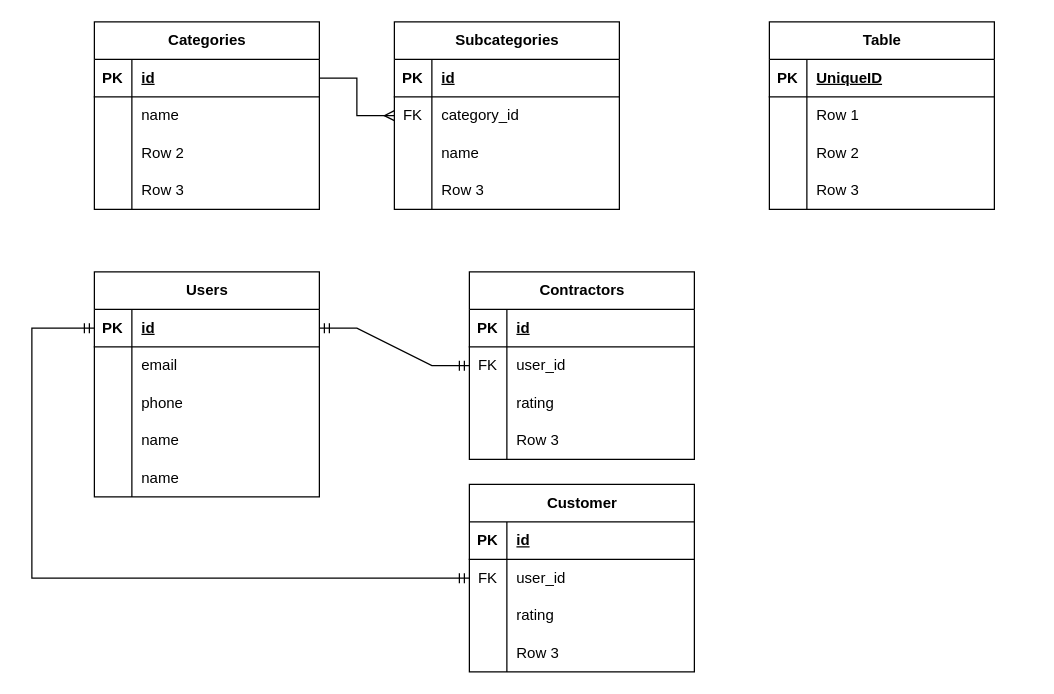
Above: Untitled Diagram.drawio in ki1it/draw_io (draw.io), before the change. Source tidied: cells renumbered, new cells numbered last; positions are measured from the earlier drawing's top-left corner, leaving out a move shared by most shapes. Both pictures are drawn from the tidied source at 125%, with x=0, y=0 at pixel (31, 21).
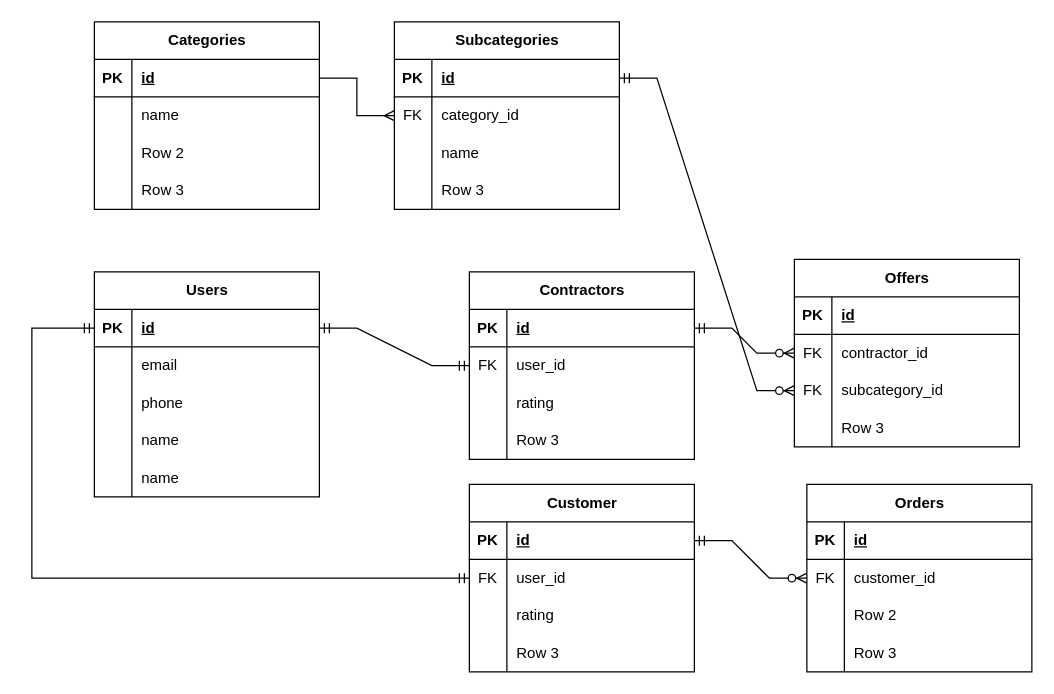
After the change.

Unchanged cells that the change refers to:
```xml
<mxCell id="16" style="shape=tableRow;horizontal=0;startSize=0;swimlaneHead=0;swimlaneBody=0;fillColor=none;points=[[0,0.5],[1,0.5]];portConstraint=eastwest;top=0;left=0;right=0;bottom=1;" parent="15" vertex="1">
  <mxGeometry y="30" width="180" height="30" as="geometry" />
</mxCell>
<mxCell id="46" style="shape=tableRow;horizontal=0;startSize=0;swimlaneHead=0;swimlaneBody=0;fillColor=none;points=[[0,0.5],[1,0.5]];portConstraint=eastwest;top=0;left=0;right=0;bottom=1;" parent="45" vertex="1">
  <mxGeometry y="30" width="180" height="30" as="geometry" />
</mxCell>
<mxCell id="60" style="shape=tableRow;horizontal=0;startSize=0;swimlaneHead=0;swimlaneBody=0;fillColor=none;points=[[0,0.5],[1,0.5]];portConstraint=eastwest;top=0;left=0;right=0;bottom=1;" parent="59" vertex="1">
  <mxGeometry y="30" width="180" height="30" as="geometry" />
</mxCell>
<mxCell id="74" style="shape=tableRow;horizontal=0;startSize=0;swimlaneHead=0;swimlaneBody=0;fillColor=none;top=0;left=0;right=0;bottom=1;" parent="73" vertex="1">
  <mxGeometry y="30" width="180" height="30" as="geometry" />
</mxCell>
<mxCell id="77" style="shape=tableRow;horizontal=0;startSize=0;swimlaneHead=0;swimlaneBody=0;fillColor=none;points=[[0,0.5],[1,0.5]];portConstraint=eastwest;top=0;left=0;right=0;bottom=0;" parent="73" vertex="1">
  <mxGeometry y="60" width="180" height="30" as="geometry" />
</mxCell>
```

What changed in the source:
```diff
@@
-    <mxCell id="73" value="Table" style="shape=table;startSize=30;childLayout=tableLayout;rowLines=0;fontStyle=1;align=center;html=1;" parent="1" vertex="1">
-      <mxGeometry x="590" width="180" height="150" as="geometry" />
+    <mxCell id="73" value="Orders" style="shape=table;startSize=30;childLayout=tableLayout;rowLines=0;fontStyle=1;align=center;html=1;" parent="1" vertex="1">
+      <mxGeometry x="620" y="370" width="180" height="150" as="geometry" />
     </mxCell>
@@
-    <mxCell id="76" value="UniqueID" style="shape=partialRectangle;fillColor=none;top=0;left=0;bottom=0;right=0;align=left;spacingLeft=6;fontStyle=5;overflow=hidden;whiteSpace=wrap;html=1;" parent="74" vertex="1">
+    <mxCell id="76" value="id" style="shape=partialRectangle;fillColor=none;top=0;left=0;bottom=0;right=0;align=left;spacingLeft=6;fontStyle=5;overflow=hidden;whiteSpace=wrap;html=1;" parent="74" vertex="1">
       <mxGeometry x="30" width="150" height="30" as="geometry" />
     </mxCell>
@@
-    <mxCell id="78" style="shape=partialRectangle;fillColor=none;top=0;left=0;bottom=0;right=0;overflow=hidden;whiteSpace=wrap;html=1;" parent="77" vertex="1">
+    <mxCell id="78" value="FK" style="shape=partialRectangle;fillColor=none;top=0;left=0;bottom=0;right=0;overflow=hidden;whiteSpace=wrap;html=1;" parent="77" vertex="1">
       <mxGeometry width="30" height="30" as="geometry" />
     </mxCell>
-    <mxCell id="79" value="Row 1" style="shape=partialRectangle;fillColor=none;top=0;left=0;bottom=0;right=0;align=left;spacingLeft=6;overflow=hidden;whiteSpace=wrap;html=1;" parent="77" vertex="1">
+    <mxCell id="79" value="customer_id" style="shape=partialRectangle;fillColor=none;top=0;left=0;bottom=0;right=0;align=left;spacingLeft=6;overflow=hidden;whiteSpace=wrap;html=1;" parent="77" vertex="1">
       <mxGeometry x="30" width="150" height="30" as="geometry" />
     </mxCell>
@@
+    <mxCell id="86" style="edgeStyle=entityRelationEdgeStyle;fontSize=12;html=1;endArrow=ERzeroToMany;startArrow=ERmandOne;rounded=0;exitX=1;exitY=0.5;exitDx=0;exitDy=0;entryX=0;entryY=0.5;entryDx=0;entryDy=0;" parent="1" edge="1" source="60" target="77">
+      <mxGeometry relative="1" as="geometry" />
+    </mxCell>
+    <mxCell id="87" value="Offers" style="shape=table;startSize=30;childLayout=tableLayout;rowLines=0;fontStyle=1;align=center;html=1;" parent="1" vertex="1">
+      <mxGeometry x="610" y="190" width="180" height="150" as="geometry" />
+    </mxCell>
+    <mxCell id="88" style="shape=tableRow;horizontal=0;startSize=0;swimlaneHead=0;swimlaneBody=0;fillColor=none;top=0;left=0;right=0;bottom=1;" parent="87" vertex="1">
+      <mxGeometry y="30" width="180" height="30" as="geometry" />
+    </mxCell>
+    <mxCell id="89" value="PK" style="shape=partialRectangle;fillColor=none;top=0;left=0;bottom=0;right=0;fontStyle=1;overflow=hidden;whiteSpace=wrap;html=1;" parent="88" vertex="1">
+      <mxGeometry width="30" height="30" as="geometry" />
+    </mxCell>
+    <mxCell id="90" value="id" style="shape=partialRectangle;fillColor=none;top=0;left=0;bottom=0;right=0;align=left;spacingLeft=6;fontStyle=5;overflow=hidden;whiteSpace=wrap;html=1;" parent="88" vertex="1">
+      <mxGeometry x="30" width="150" height="30" as="geometry" />
+    </mxCell>
+    <mxCell id="91" style="shape=tableRow;horizontal=0;startSize=0;swimlaneHead=0;swimlaneBody=0;fillColor=none;points=[[0,0.5],[1,0.5]];portConstraint=eastwest;top=0;left=0;right=0;bottom=0;" parent="87" vertex="1">
+      <mxGeometry y="60" width="180" height="30" as="geometry" />
+    </mxCell>
+    <mxCell id="92" value="FK" style="shape=partialRectangle;fillColor=none;top=0;left=0;bottom=0;right=0;overflow=hidden;whiteSpace=wrap;html=1;" parent="91" vertex="1">
+      <mxGeometry width="30" height="30" as="geometry" />
+    </mxCell>
+    <mxCell id="93" value="contractor_id" style="shape=partialRectangle;fillColor=none;top=0;left=0;bottom=0;right=0;align=left;spacingLeft=6;overflow=hidden;whiteSpace=wrap;html=1;" parent="91" vertex="1">
+      <mxGeometry x="30" width="150" height="30" as="geometry" />
+    </mxCell>
+    <mxCell id="94" style="shape=tableRow;horizontal=0;startSize=0;swimlaneHead=0;swimlaneBody=0;fillColor=none;points=[[0,0.5],[1,0.5]];portConstraint=eastwest;top=0;left=0;right=0;bottom=0;" parent="87" vertex="1">
+      <mxGeometry y="90" width="180" height="30" as="geometry" />
+    </mxCell>
+    <mxCell id="95" value="FK" style="shape=partialRectangle;fillColor=none;top=0;left=0;bottom=0;right=0;overflow=hidden;whiteSpace=wrap;html=1;" parent="94" vertex="1">
+      <mxGeometry width="30" height="30" as="geometry" />
+    </mxCell>
+    <mxCell id="96" value="subcategory_id" style="shape=partialRectangle;fillColor=none;top=0;left=0;bottom=0;right=0;align=left;spacingLeft=6;overflow=hidden;whiteSpace=wrap;html=1;" parent="94" vertex="1">
+      <mxGeometry x="30" width="150" height="30" as="geometry" />
+    </mxCell>
+    <mxCell id="97" style="shape=tableRow;horizontal=0;startSize=0;swimlaneHead=0;swimlaneBody=0;fillColor=none;top=0;left=0;right=0;bottom=0;" parent="87" vertex="1">
+      <mxGeometry y="120" width="180" height="30" as="geometry" />
+    </mxCell>
+    <mxCell id="98" style="shape=partialRectangle;fillColor=none;top=0;left=0;bottom=0;right=0;overflow=hidden;whiteSpace=wrap;html=1;" parent="97" vertex="1">
+      <mxGeometry width="30" height="30" as="geometry" />
+    </mxCell>
+    <mxCell id="99" value="Row 3" style="shape=partialRectangle;fillColor=none;top=0;left=0;bottom=0;right=0;align=left;spacingLeft=6;overflow=hidden;whiteSpace=wrap;html=1;" parent="97" vertex="1">
+      <mxGeometry x="30" width="150" height="30" as="geometry" />
+    </mxCell>
+    <mxCell id="100" style="edgeStyle=entityRelationEdgeStyle;fontSize=12;html=1;endArrow=ERzeroToMany;startArrow=ERmandOne;rounded=0;exitX=1;exitY=0.5;exitDx=0;exitDy=0;entryX=0;entryY=0.5;entryDx=0;entryDy=0;" parent="1" edge="1" source="46" target="91">
+      <mxGeometry relative="1" as="geometry" />
+    </mxCell>
+    <mxCell id="101" style="edgeStyle=entityRelationEdgeStyle;fontSize=12;html=1;endArrow=ERzeroToMany;startArrow=ERmandOne;rounded=0;exitX=1;exitY=0.5;exitDx=0;exitDy=0;entryX=0;entryY=0.5;entryDx=0;entryDy=0;" parent="1" edge="1" source="16" target="94">
+      <mxGeometry relative="1" as="geometry" />
+    </mxCell>
```
